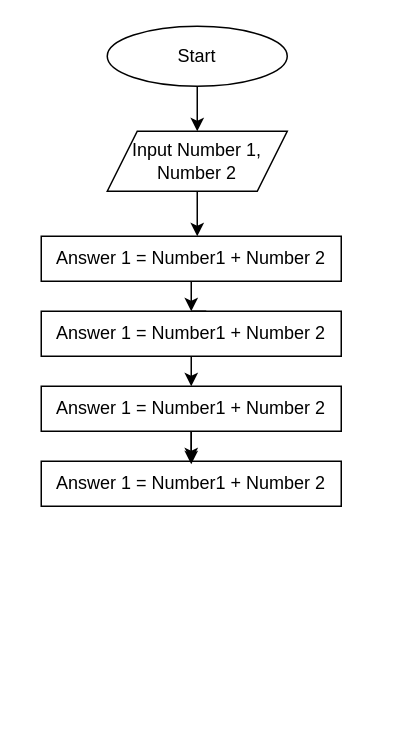
Before: My Flow Chart.drawio in Benard-Tech/Navigation_Project, a draw.io diagram. Source tidied: cells renumbered, new cells numbered last; positions are measured from the earlier drawing's top-left corner, leaving out a move shared by most shapes. Both pictures are drawn from the tidied source at 150%, with x=0, y=0 at pixel (40, 26).
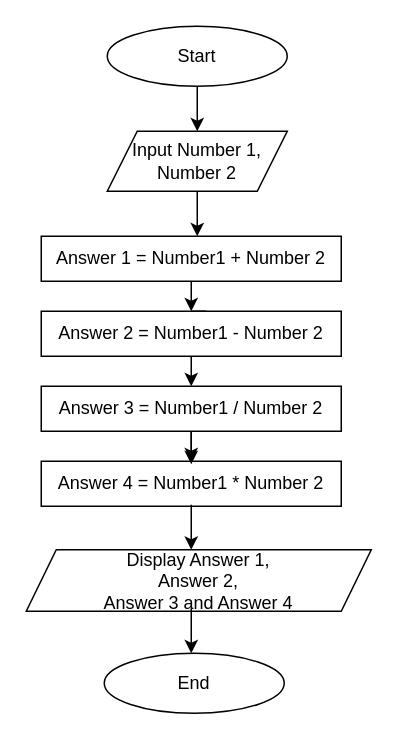
Above is the later version.

Diff of the diagram source:
```diff
@@
-    <mxCell id="8" value="Answer 1 = Number1 + Number 2" style="rounded=0;whiteSpace=wrap;html=1;" parent="1" vertex="1">
+    <mxCell id="8" value="Answer 3 = Number1 / Number 2" style="rounded=0;whiteSpace=wrap;html=1;" parent="1" vertex="1">
       <mxGeometry y="240" width="200" height="30" as="geometry" />
     </mxCell>
-    <mxCell id="9" value="Answer 1 = Number1 + Number 2" style="rounded=0;whiteSpace=wrap;html=1;" parent="1" vertex="1">
+    <mxCell id="9" value="Answer 4 = Number1 * Number 2" style="rounded=0;whiteSpace=wrap;html=1;" parent="1" vertex="1">
       <mxGeometry y="290" width="200" height="30" as="geometry" />
     </mxCell>
@@
-    <mxCell id="14" value="Answer 1 = Number1 + Number 2" style="rounded=0;whiteSpace=wrap;html=1;" parent="1" vertex="1">
+    <mxCell id="14" value="Answer 2 = Number1 - Number 2" style="rounded=0;whiteSpace=wrap;html=1;" parent="1" vertex="1">
       <mxGeometry y="190" width="200" height="30" as="geometry" />
     </mxCell>
@@
+    <mxCell id="16" style="endArrow=classic;html=1;rounded=0;exitX=0.5;exitY=1;exitDx=0;exitDy=0;" parent="1" edge="1">
+      <mxGeometry relative="1" as="geometry">
+        <mxPoint x="100" y="319" as="sourcePoint" />
+        <mxPoint x="100" y="349" as="targetPoint" />
+      </mxGeometry>
+    </mxCell>
+    <mxCell id="17" value="Display Answer 1, &lt;br&gt;Answer 2, &lt;br&gt;Answer 3 and Answer 4" style="shape=parallelogram;perimeter=parallelogramPerimeter;whiteSpace=wrap;html=1;fixedSize=1;" parent="1" vertex="1">
+      <mxGeometry x="-10" y="349" width="230" height="41" as="geometry" />
+    </mxCell>
+    <mxCell id="18" style="endArrow=classic;html=1;rounded=0;exitX=0.5;exitY=1;exitDx=0;exitDy=0;" parent="1" edge="1">
+      <mxGeometry relative="1" as="geometry">
+        <mxPoint x="100" y="388" as="sourcePoint" />
+        <mxPoint x="100" y="418" as="targetPoint" />
+      </mxGeometry>
+    </mxCell>
+    <mxCell id="19" value="End" style="ellipse;whiteSpace=wrap;html=1;" parent="1" vertex="1">
+      <mxGeometry x="42" y="418" width="120" height="40" as="geometry" />
+    </mxCell>
```
